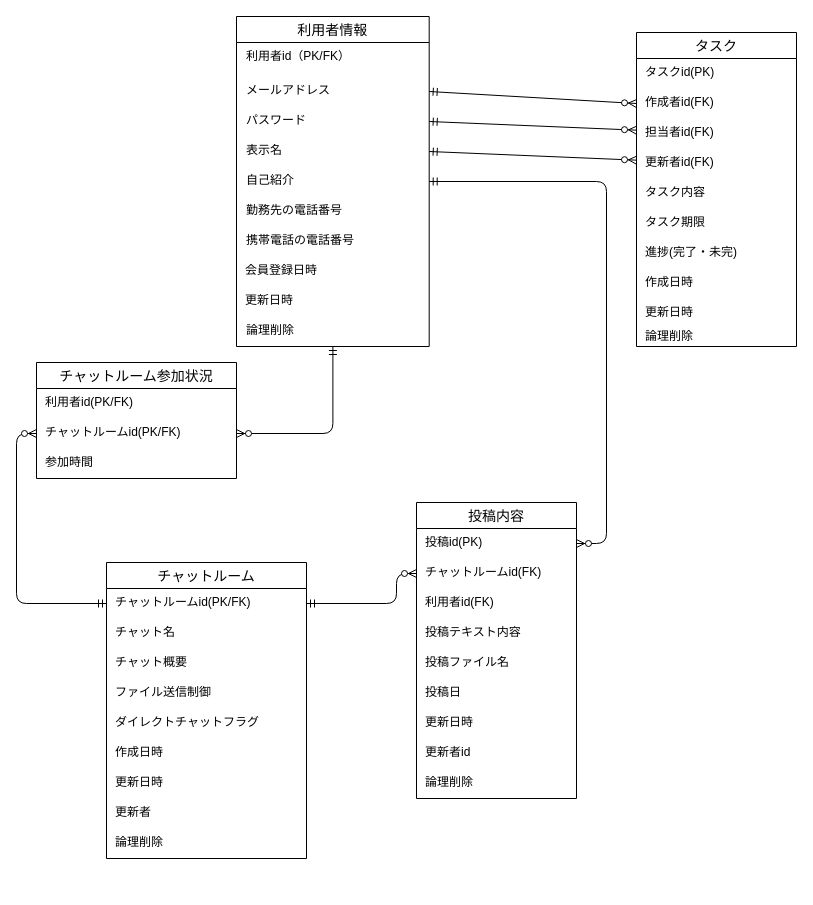
The draw.io diagram db/db-challenge1/チャットルームER図.drawio in ytaka0407/quelcode-db, before the edit. Source tidied: cells renumbered, new cells numbered last; positions are measured from the earlier drawing's top-left corner, leaving out a move shared by most shapes. Both pictures are drawn from the tidied source at 100%, with x=0, y=0 at pixel (16, 16).
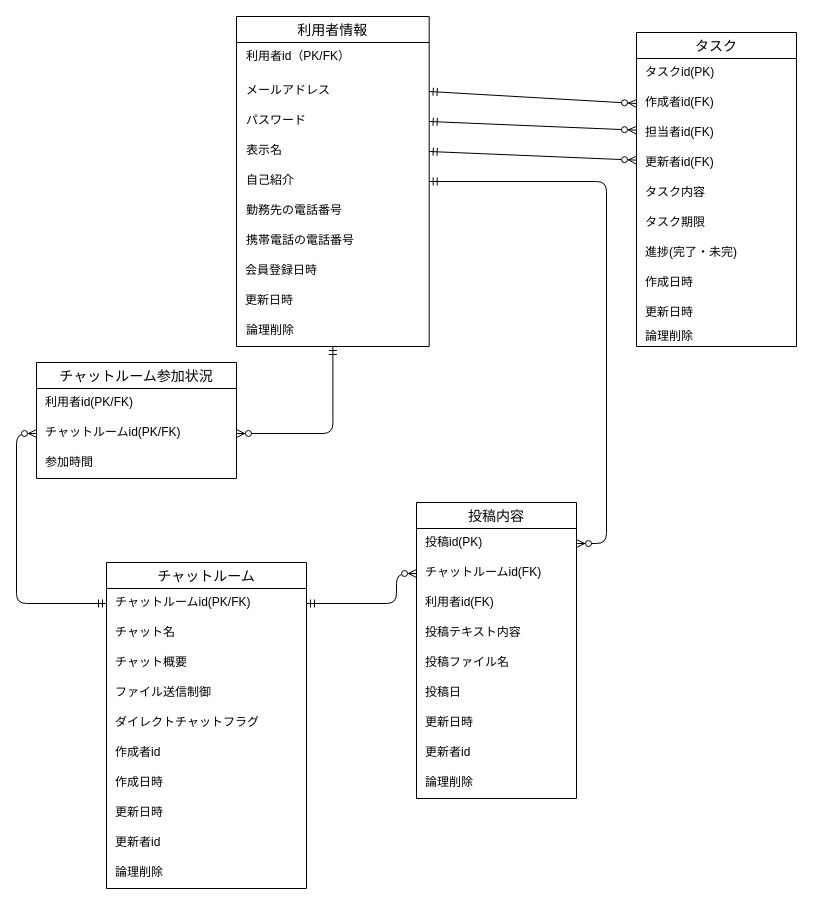
The same diagram, later.

Commit message:
チャットルームに作成者idのカラムを追加。更新者カラムを更新者idに修正

The edit, as a diff of the source:
```diff
@@
     <mxCell id="31" value="チャットルーム" style="swimlane;fontStyle=0;horizontal=1;startSize=26;align=center;fontSize=14;" parent="1" vertex="1">
-      <mxGeometry x="90" y="546" width="200" height="296" as="geometry" />
+      <mxGeometry x="90" y="546" width="200" height="326" as="geometry" />
     </mxCell>
@@
+    <mxCell id="55" value="作成者id" style="text;strokeColor=none;fillColor=none;spacingLeft=7;spacingRight=4;overflow=hidden;fontSize=12;" parent="31" vertex="1">
+      <mxGeometry y="176" width="200" height="30" as="geometry" />
+    </mxCell>
     <mxCell id="37" value="作成日時" style="text;strokeColor=none;fillColor=none;spacingLeft=7;spacingRight=4;overflow=hidden;fontSize=12;" parent="31" vertex="1">
-      <mxGeometry y="176" width="200" height="30" as="geometry" />
+      <mxGeometry y="206" width="200" height="30" as="geometry" />
     </mxCell>
     <mxCell id="38" value="更新日時" style="text;strokeColor=none;fillColor=none;spacingLeft=7;spacingRight=4;overflow=hidden;fontSize=12;" parent="31" vertex="1">
-      <mxGeometry y="206" width="200" height="30" as="geometry" />
+      <mxGeometry y="236" width="200" height="30" as="geometry" />
     </mxCell>
-    <mxCell id="39" value="更新者" style="text;strokeColor=none;fillColor=none;spacingLeft=7;spacingRight=4;overflow=hidden;fontSize=12;" parent="31" vertex="1">
-      <mxGeometry y="236" width="200" height="30" as="geometry" />
+    <mxCell id="39" value="更新者id" style="text;strokeColor=none;fillColor=none;spacingLeft=7;spacingRight=4;overflow=hidden;fontSize=12;" parent="31" vertex="1">
+      <mxGeometry y="266" width="200" height="30" as="geometry" />
     </mxCell>
     <mxCell id="40" value="論理削除" style="text;strokeColor=none;fillColor=none;spacingLeft=7;spacingRight=4;overflow=hidden;fontSize=12;" parent="31" vertex="1">
-      <mxGeometry y="266" width="200" height="30" as="geometry" />
+      <mxGeometry y="296" width="200" height="30" as="geometry" />
     </mxCell>
```
